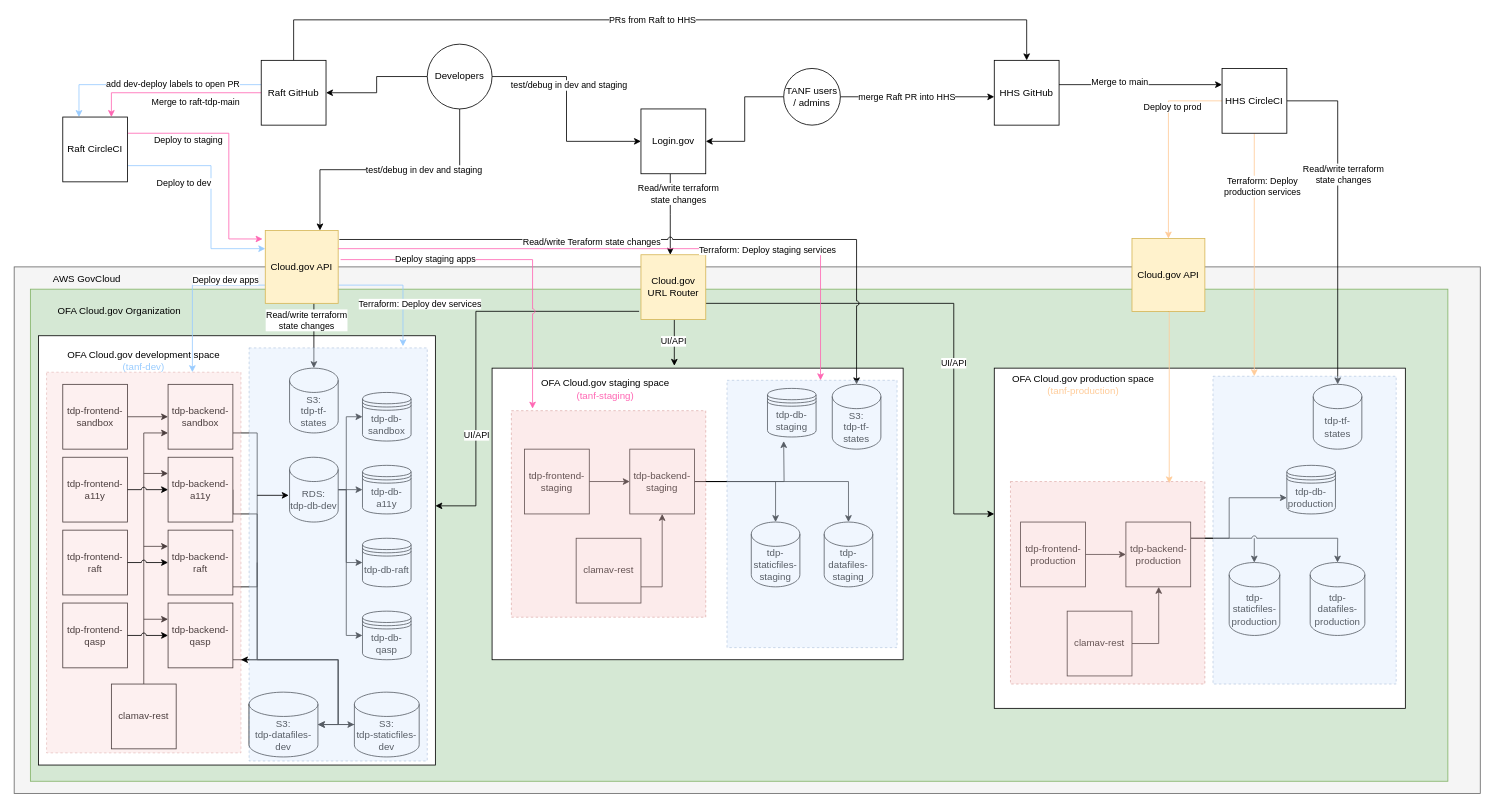
Before: docs/Technical-Documentation/diagrams/tdp-environments.drawio in HHS/TANF-app, a draw.io diagram. Source tidied: cells renumbered, new cells numbered last; positions are measured from the earlier drawing's top-left corner, leaving out a move shared by most shapes. Both pictures are drawn from the tidied source at 81%, with x=0, y=0 at pixel (14, 19).
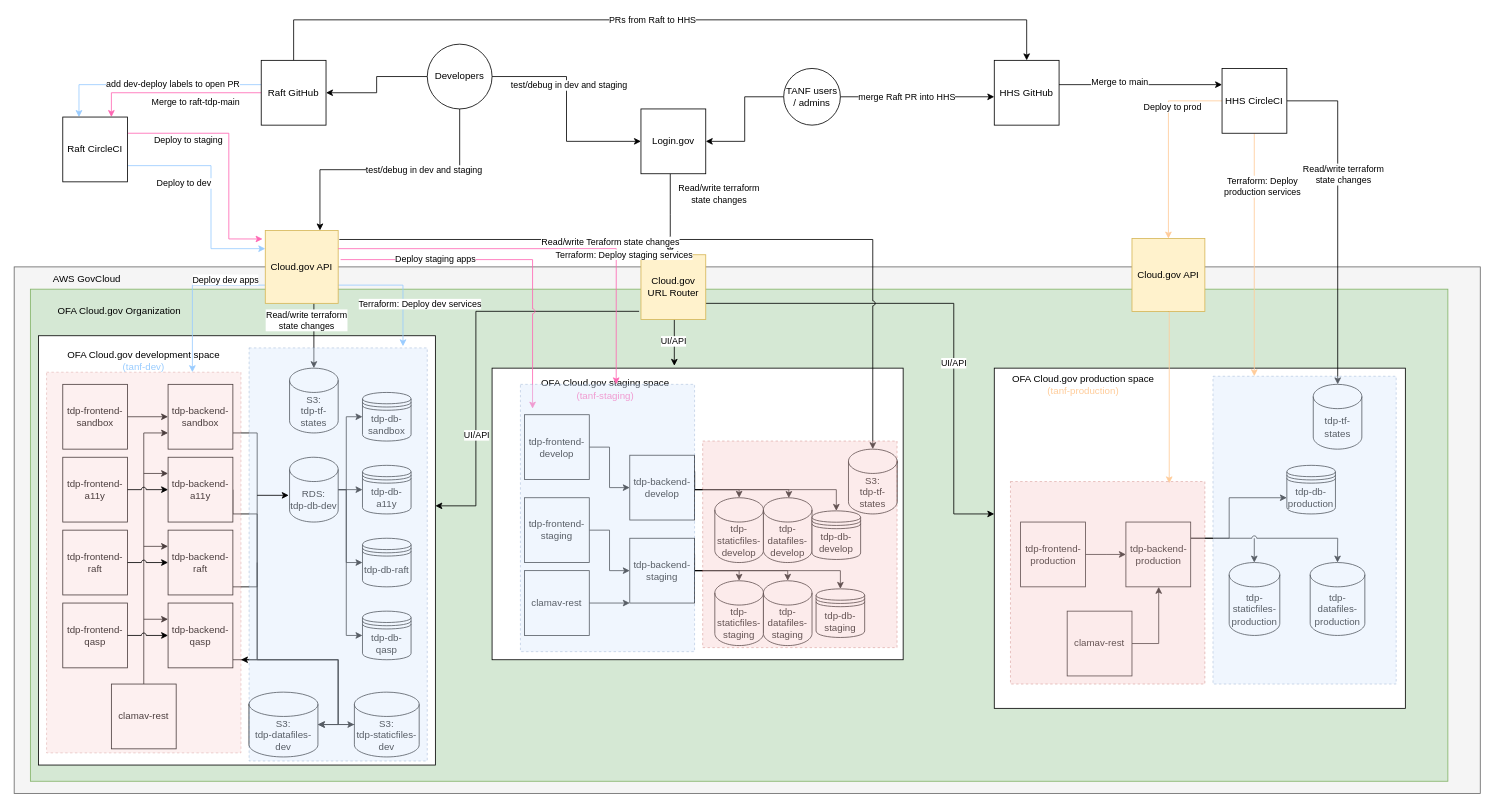
After the change.

Unchanged cells that the change refers to:
```xml
<mxCell id="38" value="Cloud.gov API" style="whiteSpace=wrap;html=1;fillColor=#fff2cc;strokeColor=#d6b656;" parent="1" vertex="1">
  <mxGeometry x="310" y="260" width="90" height="90" as="geometry" />
</mxCell>
```

Diff of the diagram source:
```diff
@@
     <mxCell id="68" value="tdp-staticfiles-staging" style="shape=cylinder3;whiteSpace=wrap;html=1;boundedLbl=1;backgroundOutline=1;size=15;" parent="1" vertex="1">
-      <mxGeometry x="910" y="620" width="60" height="80" as="geometry" />
+      <mxGeometry x="865" y="692.5" width="60" height="80" as="geometry" />
     </mxCell>
     <mxCell id="69" value="tdp-datafiles-staging" style="shape=cylinder3;whiteSpace=wrap;html=1;boundedLbl=1;backgroundOutline=1;size=15;" parent="1" vertex="1">
-      <mxGeometry x="1000" y="620" width="60" height="80" as="geometry" />
+      <mxGeometry x="925" y="692.5" width="60" height="80" as="geometry" />
     </mxCell>
@@
     <mxCell id="71" value="tdp-frontend-staging" style="whiteSpace=wrap;html=1;" parent="1" vertex="1">
-      <mxGeometry x="630" y="530" width="80" height="80" as="geometry" />
+      <mxGeometry x="630" y="590" width="80" height="80" as="geometry" />
     </mxCell>
-    <mxCell id="72" style="edgeStyle=orthogonalEdgeStyle;rounded=0;jettySize=auto;html=1;" parent="1" edge="1" source="75" target="68">
-      <mxGeometry relative="1" as="geometry" />
+    <mxCell id="72" style="edgeStyle=orthogonalEdgeStyle;rounded=0;jettySize=auto;html=1;exitX=1;exitY=0.5;exitDx=0;exitDy=0;entryX=0.5;entryY=0;entryDx=0;entryDy=0;entryPerimeter=0;" parent="1" edge="1" source="75" target="68">
+      <mxGeometry relative="1" as="geometry">
+        <Array as="points">
+          <mxPoint x="895" y="680" />
+        </Array>
+      </mxGeometry>
     </mxCell>
-    <mxCell id="73" style="edgeStyle=orthogonalEdgeStyle;rounded=0;jettySize=auto;html=1;" parent="1" edge="1" source="75">
-      <mxGeometry relative="1" as="geometry">
-        <mxPoint x="950" y="520" as="targetPoint" />
-      </mxGeometry>
-    </mxCell>
-    <mxCell id="74" style="edgeStyle=orthogonalEdgeStyle;rounded=0;jettySize=auto;html=1;" parent="1" edge="1" source="75" target="69">
-      <mxGeometry relative="1" as="geometry" />
+    <mxCell id="74" style="edgeStyle=orthogonalEdgeStyle;rounded=0;jettySize=auto;html=1;exitX=1;exitY=0.5;exitDx=0;exitDy=0;entryX=0.5;entryY=0;entryDx=0;entryDy=0;entryPerimeter=0;" parent="1" edge="1" source="75" target="69">
+      <mxGeometry relative="1" as="geometry">
+        <Array as="points">
+          <mxPoint x="955" y="680" />
+        </Array>
+      </mxGeometry>
     </mxCell>
+    <mxCell id="137" style="edgeStyle=orthogonalEdgeStyle;rounded=0;jettySize=auto;html=1;exitX=1;exitY=0.25;exitDx=0;exitDy=0;entryX=0.5;entryY=0;entryDx=0;entryDy=0;" parent="1" edge="1" source="75" target="108">
+      <mxGeometry relative="1" as="geometry">
+        <Array as="points">
+          <mxPoint x="840" y="680" />
+          <mxPoint x="1020" y="680" />
+        </Array>
+      </mxGeometry>
+    </mxCell>
     <mxCell id="75" value="tdp-backend-staging" style="whiteSpace=wrap;html=1;" parent="1" vertex="1">
-      <mxGeometry x="760" y="530" width="80" height="80" as="geometry" />
+      <mxGeometry x="760" y="640" width="80" height="80" as="geometry" />
     </mxCell>
@@
-    <mxCell id="108" value="tdp-db-staging" style="shape=datastore;whiteSpace=wrap;html=1;strokeColor=#000000;fillColor=#ffffff;gradientColor=none;" parent="1" vertex="1">
-      <mxGeometry x="930" y="455" width="60" height="60" as="geometry" />
-    </mxCell>
@@
     <mxCell id="115" value="clamav-rest" style="whiteSpace=wrap;html=1;" parent="1" vertex="1">
-      <mxGeometry x="693.8" y="640" width="80" height="80" as="geometry" />
+      <mxGeometry x="630" y="680" width="80" height="80" as="geometry" />
     </mxCell>
@@
-    <mxCell id="119" style="rounded=0;whiteSpace=wrap;html=1;dashed=1;fillColor=#f8cecc;strokeColor=#b85450;opacity=40;" parent="1" vertex="1">
-      <mxGeometry x="613.8" y="482.5" width="240" height="255" as="geometry" />
-    </mxCell>
@@
     <mxCell id="126" value="S3:&lt;br&gt;tdp-tf-states" style="shape=cylinder3;whiteSpace=wrap;html=1;boundedLbl=1;backgroundOutline=1;size=15;" parent="1" vertex="1">
-      <mxGeometry x="1010" y="450" width="60" height="80" as="geometry" />
+      <mxGeometry x="1030" y="530" width="60" height="80" as="geometry" />
     </mxCell>
@@
     <mxCell id="131" style="edgeStyle=elbowEdgeStyle;rounded=0;jumpStyle=arc;jettySize=auto;html=1;startArrow=none;startFill=0;endArrow=classic;endFill=1;strokeColor=#000000;exitX=1.016;exitY=0.124;exitDx=0;exitDy=0;exitPerimeter=0;entryX=0.5;entryY=0;entryDx=0;entryDy=0;entryPerimeter=0;" parent="1" edge="1" source="38" target="126">
       <mxGeometry relative="1" as="geometry">
         <Array as="points">
+          <mxPoint x="1060" y="500" />
           <mxPoint x="1040" y="260" />
           <mxPoint x="732.8" y="400" />
         </Array>
       </mxGeometry>
     </mxCell>
@@
-    <mxCell id="134" style="rounded=0;whiteSpace=wrap;html=1;dashed=1;fillColor=#dae8fc;strokeColor=#6c8ebf;opacity=40;" parent="1" vertex="1">
-      <mxGeometry x="880" y="445" width="210" height="330" as="geometry" />
-    </mxCell>
@@
+    <mxCell id="108" value="tdp-db-staging" style="shape=datastore;whiteSpace=wrap;html=1;strokeColor=#000000;fillColor=#ffffff;gradientColor=none;" parent="1" vertex="1">
+      <mxGeometry x="990" y="702.5" width="60" height="60" as="geometry" />
+    </mxCell>
+    <mxCell id="138" value="tdp-staticfiles-develop" style="shape=cylinder3;whiteSpace=wrap;html=1;boundedLbl=1;backgroundOutline=1;size=15;" parent="1" vertex="1">
+      <mxGeometry x="865" y="590" width="60" height="80" as="geometry" />
+    </mxCell>
+    <mxCell id="139" value="tdp-datafiles-develop" style="shape=cylinder3;whiteSpace=wrap;html=1;boundedLbl=1;backgroundOutline=1;size=15;" parent="1" vertex="1">
+      <mxGeometry x="925" y="590" width="60" height="80" as="geometry" />
+    </mxCell>
+    <mxCell id="140" style="edgeStyle=orthogonalEdgeStyle;rounded=0;jettySize=auto;html=1;" parent="1" edge="1" source="141" target="145">
+      <mxGeometry relative="1" as="geometry" />
+    </mxCell>
+    <mxCell id="141" value="tdp-frontend-develop" style="whiteSpace=wrap;html=1;" parent="1" vertex="1">
+      <mxGeometry x="630" y="487.5" width="80" height="80" as="geometry" />
+    </mxCell>
+    <mxCell id="142" style="edgeStyle=orthogonalEdgeStyle;rounded=0;jettySize=auto;html=1;exitX=1;exitY=0.25;exitDx=0;exitDy=0;entryX=0.5;entryY=0;entryDx=0;entryDy=0;" parent="1" edge="1" source="145" target="146">
+      <mxGeometry relative="1" as="geometry">
+        <Array as="points">
+          <mxPoint x="840" y="580" />
+          <mxPoint x="1015" y="580" />
+        </Array>
+      </mxGeometry>
+    </mxCell>
+    <mxCell id="143" style="edgeStyle=orthogonalEdgeStyle;rounded=0;jettySize=auto;html=1;exitX=1;exitY=0.25;exitDx=0;exitDy=0;entryX=0.5;entryY=0;entryDx=0;entryDy=0;entryPerimeter=0;" parent="1" edge="1" source="145" target="138">
+      <mxGeometry relative="1" as="geometry">
+        <Array as="points">
+          <mxPoint x="840" y="580" />
+          <mxPoint x="895" y="580" />
+        </Array>
+      </mxGeometry>
+    </mxCell>
+    <mxCell id="144" style="edgeStyle=orthogonalEdgeStyle;rounded=0;jettySize=auto;html=1;exitX=1;exitY=0.25;exitDx=0;exitDy=0;entryX=0.523;entryY=0.004;entryDx=0;entryDy=0;entryPerimeter=0;" parent="1" edge="1" source="145" target="139">
+      <mxGeometry relative="1" as="geometry">
+        <Array as="points">
+          <mxPoint x="840" y="580" />
+          <mxPoint x="956" y="580" />
+        </Array>
+      </mxGeometry>
+    </mxCell>
+    <mxCell id="145" value="tdp-backend-develop" style="whiteSpace=wrap;html=1;" parent="1" vertex="1">
+      <mxGeometry x="760" y="537.5" width="80" height="80" as="geometry" />
+    </mxCell>
+    <mxCell id="146" value="tdp-db-develop" style="shape=datastore;whiteSpace=wrap;html=1;strokeColor=#000000;fillColor=#ffffff;gradientColor=none;" parent="1" vertex="1">
+      <mxGeometry x="985" y="606.2" width="60" height="60" as="geometry" />
+    </mxCell>
+    <mxCell id="119" style="rounded=0;whiteSpace=wrap;html=1;dashed=1;fillColor=#f8cecc;strokeColor=#b85450;opacity=40;" parent="1" vertex="1">
+      <mxGeometry x="850" y="520" width="240" height="255" as="geometry" />
+    </mxCell>
+    <mxCell id="134" style="rounded=0;whiteSpace=wrap;html=1;dashed=1;fillColor=#dae8fc;strokeColor=#6c8ebf;opacity=40;" parent="1" vertex="1">
+      <mxGeometry x="625" y="450" width="215" height="330" as="geometry" />
+    </mxCell>
```
